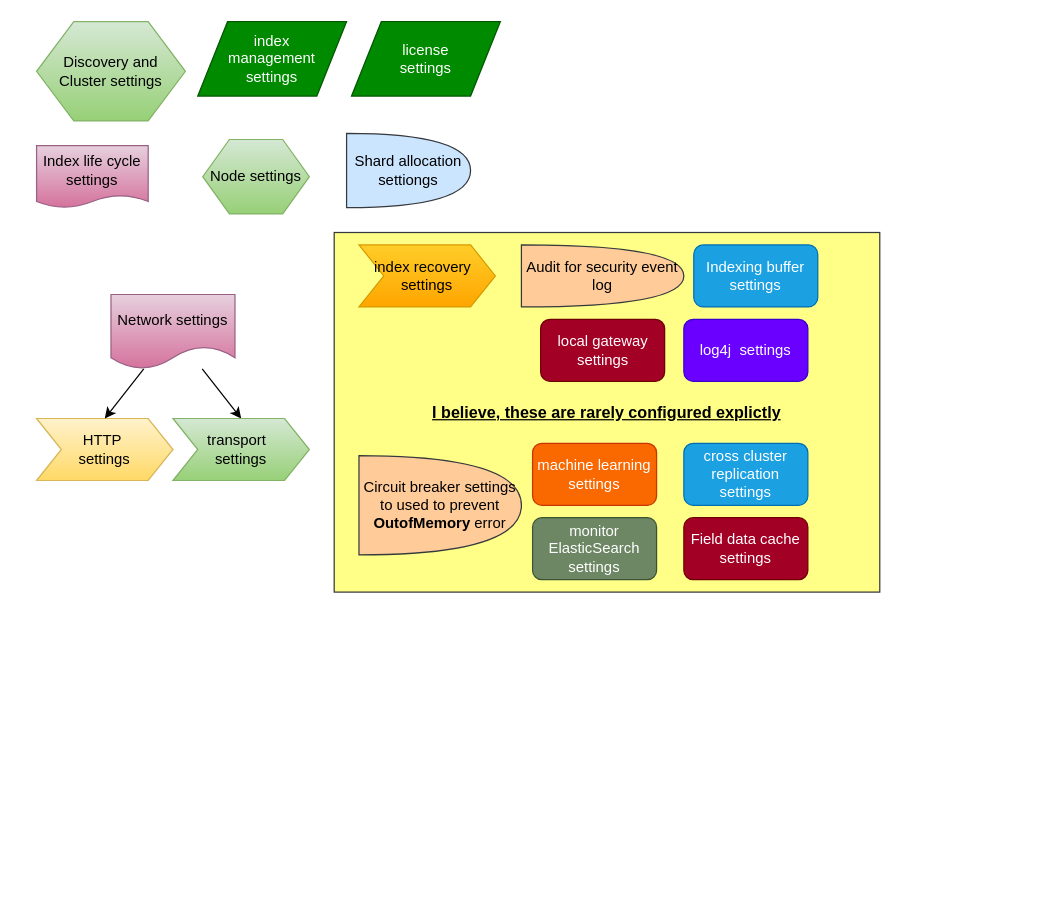
Earlier version of the draw.io diagram page "Category of settings" (4 of 5) of My Articles/elastic stack/ElasticSearch setup and configuration.drawio (paramothers/books). Source tidied: cells renumbered, new cells numbered last; positions are measured from the earlier drawing's top-left corner, leaving out a move shared by most shapes. Both pictures are drawn from the tidied source at 124%, with x=0, y=0 at pixel (36, 21).
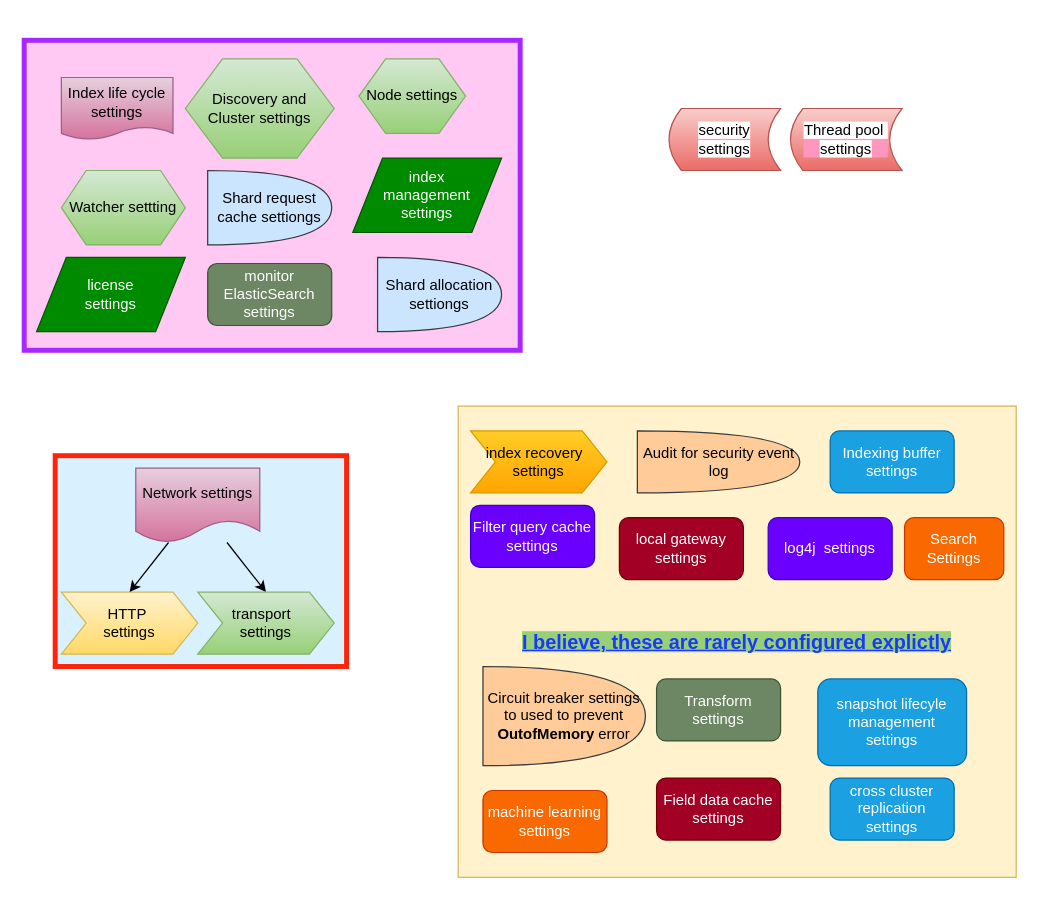
After the change.

What changed in the source:
```diff
@@
+    <mxCell id="24" style="rounded=0;whiteSpace=wrap;html=1;labelBackgroundColor=none;strokeWidth=4;fontSize=8;strokeColor=#FF230A;fillColor=#D9F1FF;" parent="1" vertex="1">
+      <mxGeometry x="15" y="350" width="235" height="170" as="geometry" />
+    </mxCell>
+    <mxCell id="25" style="rounded=0;whiteSpace=wrap;html=1;labelBackgroundColor=none;strokeWidth=4;fontSize=8;strokeColor=#A826FF;fillColor=#FFC9F3;" parent="1" vertex="1">
+      <mxGeometry x="-10" y="15" width="400" height="250" as="geometry" />
+    </mxCell>
-    <mxCell id="2" value="&lt;b&gt;&lt;font style=&quot;font-size: 13px&quot;&gt;&lt;u&gt;I believe, these are rarely configured explictly&lt;/u&gt;&lt;/font&gt;&lt;/b&gt;" style="rounded=0;whiteSpace=wrap;html=1;fillColor=#ffff88;strokeColor=#36393d;" parent="1" vertex="1">
-      <mxGeometry x="240" y="170" width="440" height="290" as="geometry" />
+    <mxCell id="2" value="&lt;b&gt;&lt;font size=&quot;1&quot; color=&quot;#1938ff&quot;&gt;&lt;u style=&quot;font-size: 16px ; background-color: rgb(151 , 208 , 119)&quot;&gt;I believe, these are rarely configured explictly&lt;/u&gt;&lt;/font&gt;&lt;/b&gt;" style="rounded=0;whiteSpace=wrap;html=1;fillColor=#fff2cc;strokeColor=#d6b656;" parent="1" vertex="1">
+      <mxGeometry x="340" y="310" width="450" height="380" as="geometry" />
     </mxCell>
     <mxCell id="3" value="Audit for security event log" style="shape=or;whiteSpace=wrap;html=1;fillColor=#ffcc99;strokeColor=#36393d;" parent="1" vertex="1">
-      <mxGeometry x="391" y="180" width="131" height="50" as="geometry" />
+      <mxGeometry x="484.5" y="330" width="131" height="50" as="geometry" />
     </mxCell>
     <mxCell id="4" value="Circuit breaker settings to used to prevent &lt;b&gt;OutofMemory&lt;/b&gt; error" style="shape=or;whiteSpace=wrap;html=1;fillColor=#ffcc99;strokeColor=#36393d;" parent="1" vertex="1">
-      <mxGeometry x="260" y="350" width="131" height="80" as="geometry" />
+      <mxGeometry x="360" y="520" width="131" height="80" as="geometry" />
     </mxCell>
     <mxCell id="5" value="Shard allocation settiongs" style="shape=or;whiteSpace=wrap;html=1;fillColor=#cce5ff;strokeColor=#36393d;" parent="1" vertex="1">
-      <mxGeometry x="250" y="90" width="100" height="60" as="geometry" />
+      <mxGeometry x="275" y="190" width="100" height="60" as="geometry" />
     </mxCell>
     <mxCell id="6" value="Discovery and &lt;br&gt;Cluster settings" style="shape=hexagon;perimeter=hexagonPerimeter2;whiteSpace=wrap;html=1;gradientColor=#97d077;fillColor=#d5e8d4;strokeColor=#82b366;" parent="1" vertex="1">
-      <mxGeometry width="120" height="80" as="geometry" />
+      <mxGeometry x="120" y="30" width="120" height="80" as="geometry" />
     </mxCell>
     <mxCell id="7" value="HTTP&amp;nbsp; &lt;br&gt;settings" style="shape=step;perimeter=stepPerimeter;whiteSpace=wrap;html=1;fixedSize=1;gradientColor=#ffd966;fillColor=#fff2cc;strokeColor=#d6b656;" parent="1" vertex="1">
-      <mxGeometry y="320" width="110" height="50" as="geometry" />
+      <mxGeometry x="20" y="460" width="110" height="50" as="geometry" />
     </mxCell>
     <mxCell id="8" value="Index life cycle settings" style="shape=document;whiteSpace=wrap;html=1;boundedLbl=1;gradientColor=#d5739d;fillColor=#e6d0de;strokeColor=#996185;size=0.2;" parent="1" vertex="1">
-      <mxGeometry y="100" width="90" height="50" as="geometry" />
+      <mxGeometry x="20" y="45" width="90" height="50" as="geometry" />
     </mxCell>
     <mxCell id="9" value="index &lt;br&gt;management &lt;br&gt;settings" style="shape=parallelogram;perimeter=parallelogramPerimeter;whiteSpace=wrap;html=1;fillColor=#008a00;strokeColor=#005700;fontColor=#ffffff;" parent="1" vertex="1">
-      <mxGeometry x="130" width="120" height="60" as="geometry" />
+      <mxGeometry x="255" y="110" width="120" height="60" as="geometry" />
     </mxCell>
     <mxCell id="10" value="index recovery&amp;nbsp;&amp;nbsp;&lt;br&gt;settings" style="shape=step;perimeter=stepPerimeter;whiteSpace=wrap;html=1;fixedSize=1;gradientColor=#ffa500;fillColor=#ffcd28;strokeColor=#d79b00;" parent="1" vertex="1">
-      <mxGeometry x="260" y="180" width="110" height="50" as="geometry" />
+      <mxGeometry x="350" y="330" width="110" height="50" as="geometry" />
     </mxCell>
     <mxCell id="11" value="Indexing buffer settings" style="rounded=1;whiteSpace=wrap;html=1;fillColor=#1ba1e2;strokeColor=#006EAF;fontColor=#ffffff;" parent="1" vertex="1">
-      <mxGeometry x="530" y="180" width="100" height="50" as="geometry" />
+      <mxGeometry x="640" y="330" width="100" height="50" as="geometry" />
     </mxCell>
     <mxCell id="12" value="license&lt;br&gt;settings" style="shape=parallelogram;perimeter=parallelogramPerimeter;whiteSpace=wrap;html=1;fillColor=#008a00;strokeColor=#005700;fontColor=#ffffff;" parent="1" vertex="1">
-      <mxGeometry x="254" width="120" height="60" as="geometry" />
+      <mxGeometry y="190" width="120" height="60" as="geometry" />
     </mxCell>
     <mxCell id="13" value="local gateway settings" style="rounded=1;whiteSpace=wrap;html=1;fillColor=#a20025;strokeColor=#6F0000;fontColor=#ffffff;" parent="1" vertex="1">
-      <mxGeometry x="406.5" y="240" width="100" height="50" as="geometry" />
+      <mxGeometry x="470" y="400" width="100" height="50" as="geometry" />
     </mxCell>
     <mxCell id="14" value="log4j&amp;nbsp; settings" style="rounded=1;whiteSpace=wrap;html=1;fillColor=#6a00ff;strokeColor=#3700CC;fontColor=#ffffff;" parent="1" vertex="1">
-      <mxGeometry x="522" y="240" width="100" height="50" as="geometry" />
+      <mxGeometry x="590" y="400" width="100" height="50" as="geometry" />
     </mxCell>
     <mxCell id="15" value="machine learning settings" style="rounded=1;whiteSpace=wrap;html=1;fillColor=#fa6800;strokeColor=#C73500;fontColor=#ffffff;" parent="1" vertex="1">
-      <mxGeometry x="400" y="340" width="100" height="50" as="geometry" />
+      <mxGeometry x="360" y="620" width="100" height="50" as="geometry" />
     </mxCell>
     <mxCell id="16" value="monitor ElasticSearch settings" style="rounded=1;whiteSpace=wrap;html=1;fillColor=#6d8764;strokeColor=#3A5431;fontColor=#ffffff;" parent="1" vertex="1">
-      <mxGeometry x="400" y="400" width="100" height="50" as="geometry" />
+      <mxGeometry x="138" y="195" width="100" height="50" as="geometry" />
     </mxCell>
     <mxCell id="17" value="Node settings" style="shape=hexagon;perimeter=hexagonPerimeter2;whiteSpace=wrap;html=1;gradientColor=#97d077;fillColor=#d5e8d4;strokeColor=#82b366;" parent="1" vertex="1">
-      <mxGeometry x="134" y="95" width="86" height="60" as="geometry" />
+      <mxGeometry x="260" y="30" width="86" height="60" as="geometry" />
     </mxCell>
@@
     <mxCell id="20" value="Network settings" style="shape=document;whiteSpace=wrap;html=1;boundedLbl=1;gradientColor=#d5739d;fillColor=#e6d0de;strokeColor=#996185;" parent="1" vertex="1">
-      <mxGeometry x="60" y="220" width="100" height="60" as="geometry" />
+      <mxGeometry x="80" y="360" width="100" height="60" as="geometry" />
     </mxCell>
     <mxCell id="21" value="transport&amp;nbsp;&amp;nbsp;&lt;br&gt;settings" style="shape=step;perimeter=stepPerimeter;whiteSpace=wrap;html=1;fixedSize=1;gradientColor=#97d077;fillColor=#d5e8d4;strokeColor=#82b366;" parent="1" vertex="1">
-      <mxGeometry x="110" y="320" width="110" height="50" as="geometry" />
+      <mxGeometry x="130" y="460" width="110" height="50" as="geometry" />
     </mxCell>
     <mxCell id="22" value="cross cluster replication settings" style="rounded=1;whiteSpace=wrap;html=1;fillColor=#1ba1e2;strokeColor=#006EAF;fontColor=#ffffff;" parent="1" vertex="1">
-      <mxGeometry x="522" y="340" width="100" height="50" as="geometry" />
+      <mxGeometry x="640" y="610" width="100" height="50" as="geometry" />
     </mxCell>
     <mxCell id="23" value="Field data cache settings" style="rounded=1;whiteSpace=wrap;html=1;fillColor=#a20025;strokeColor=#6F0000;fontColor=#ffffff;" parent="1" vertex="1">
-      <mxGeometry x="522" y="400" width="100" height="50" as="geometry" />
+      <mxGeometry x="500" y="610" width="100" height="50" as="geometry" />
     </mxCell>
+    <mxCell id="26" value="Filter query cache settings" style="rounded=1;whiteSpace=wrap;html=1;fillColor=#6a00ff;strokeColor=#3700CC;fontColor=#ffffff;" parent="1" vertex="1">
+      <mxGeometry x="350" y="390" width="100" height="50" as="geometry" />
+    </mxCell>
+    <mxCell id="27" value="Search Settings" style="rounded=1;whiteSpace=wrap;html=1;fillColor=#fa6800;strokeColor=#C73500;fontColor=#ffffff;" parent="1" vertex="1">
+      <mxGeometry x="700" y="400" width="80" height="50" as="geometry" />
+    </mxCell>
+    <mxCell id="28" value="&lt;font style=&quot;background-color: rgb(255 , 255 , 255) ; font-size: 12px&quot;&gt;security &lt;br&gt;settings&lt;/font&gt;" style="shape=dataStorage;whiteSpace=wrap;html=1;fixedSize=1;labelBackgroundColor=#FF96C0;strokeColor=#b85450;strokeWidth=1;fontSize=8;size=10;gradientColor=#ea6b66;fillColor=#f8cecc;" parent="1" vertex="1">
+      <mxGeometry x="510" y="70" width="90" height="50" as="geometry" />
+    </mxCell>
+    <mxCell id="29" value="Shard request cache settiongs" style="shape=or;whiteSpace=wrap;html=1;fillColor=#cce5ff;strokeColor=#36393d;" parent="1" vertex="1">
+      <mxGeometry x="138" y="120" width="100" height="60" as="geometry" />
+    </mxCell>
+    <mxCell id="30" value="snapshot lifecyle management &lt;br&gt;settings" style="rounded=1;whiteSpace=wrap;html=1;fillColor=#1ba1e2;strokeColor=#006EAF;fontColor=#ffffff;" parent="1" vertex="1">
+      <mxGeometry x="630" y="530" width="120" height="70" as="geometry" />
+    </mxCell>
+    <mxCell id="31" value="Transform settings" style="rounded=1;whiteSpace=wrap;html=1;fillColor=#6d8764;strokeColor=#3A5431;fontColor=#ffffff;" parent="1" vertex="1">
+      <mxGeometry x="500" y="530" width="100" height="50" as="geometry" />
+    </mxCell>
+    <mxCell id="32" value="&lt;font style=&quot;background-color: rgb(255 , 255 , 255) ; font-size: 12px&quot;&gt;Thread pool&amp;nbsp;&lt;br&gt;settings&lt;/font&gt;" style="shape=dataStorage;whiteSpace=wrap;html=1;fixedSize=1;labelBackgroundColor=#FF96C0;strokeColor=#b85450;strokeWidth=1;fontSize=8;size=10;gradientColor=#ea6b66;fillColor=#f8cecc;" parent="1" vertex="1">
+      <mxGeometry x="608" y="70" width="90" height="50" as="geometry" />
+    </mxCell>
+    <mxCell id="33" value="&lt;font style=&quot;font-size: 12px&quot;&gt;Watcher settting&lt;/font&gt;" style="shape=hexagon;perimeter=hexagonPerimeter2;whiteSpace=wrap;html=1;fixedSize=1;labelBackgroundColor=none;strokeColor=#82b366;strokeWidth=1;fontSize=8;gradientColor=#97d077;fillColor=#d5e8d4;" parent="1" vertex="1">
+      <mxGeometry x="20" y="120" width="100" height="60" as="geometry" />
+    </mxCell>
```
